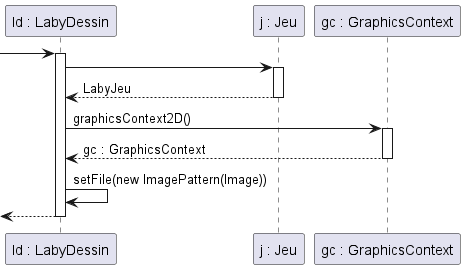
The PlantUML diagram documents/Version_5/DessinJeuSpriteSequence.png in lucasbcap/2022_Zeldiablo_lucasbcap_ngomesodent_hxsm_Hugoll-1, before a commit.
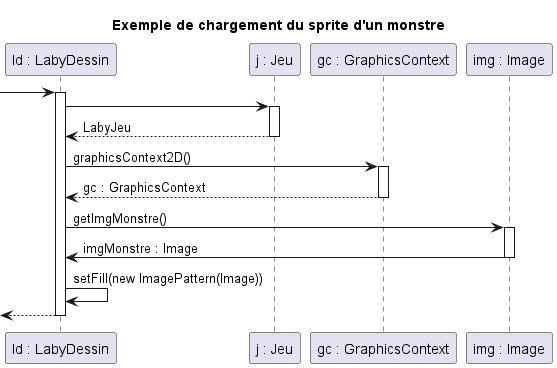
The same file after the commit.

Commit message:
Modification des diagrammes de séquences, ajout de la classe de test de DegatBombe et modification de la classe de test du Monstre

Diff of the diagram source:
```diff
@@ -1,8 +1,11 @@
 @startuml
+
+title "Exemple de chargement du sprite d'un monstre"
 
 participant "ld : LabyDessin" as ld
 participant "j : Jeu" as j
 participant "gc : GraphicsContext" as gc
+participant "img : Image" as img
 
 -> ld
 activate ld
@@ -14,7 +17,11 @@
 activate gc
 gc --> ld : gc : GraphicsContext
 deactivate gc
-ld -> ld : setFile(new ImagePattern(Image))
+ld -> img : getImgMonstre()
+activate img
+img -> ld : imgMonstre : Image
+deactivate img
+ld -> ld : setFill(new ImagePattern(Image))
 <-- ld
 deactivate ld
 
```
